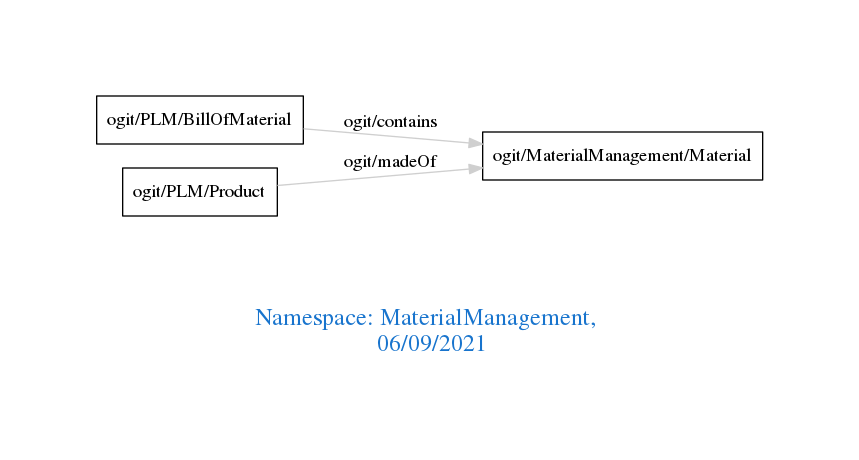
Earlier version of the Graphviz export downloads/MaterialManagement.png (arago/OGIT). Its source is kept beside it as downloads/MaterialManagement.dot.
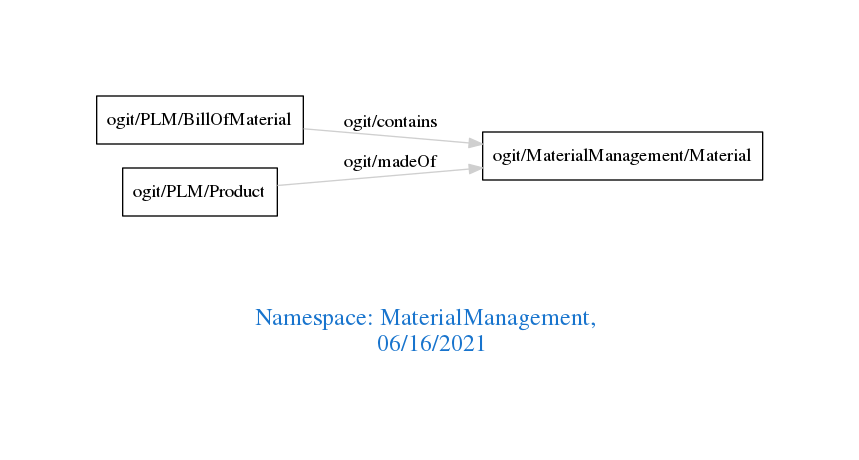
Above is the later version.

What changed in the source:
```diff
@@ -1,7 +1,7 @@
 digraph OGIT_ontology {
  graph [ rankdir= LR,pad=1
 fontsize = 18,
-fontcolor= dodgerblue3,label = "\n\n\nNamespace: MaterialManagement, \n 06/09/2021"];
+fontcolor= dodgerblue3,label = "\n\n\nNamespace: MaterialManagement, \n 06/16/2021"];
 node[shape=polygon];
 edge [  color="gray81"];
 
```
